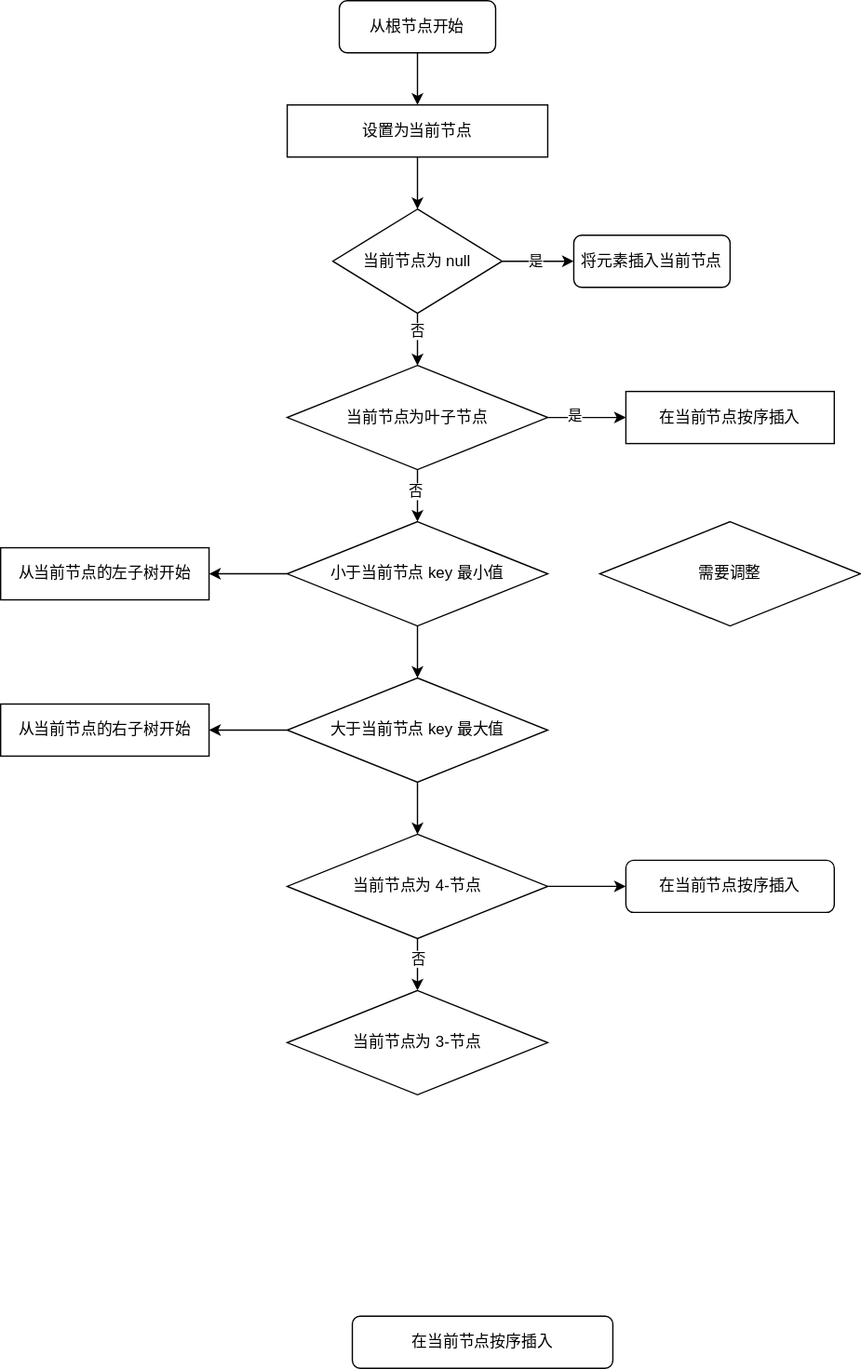
Earlier version of the draw.io export images/posts/trees/2-3-4-tree-insert-flow.drawio.svg (tjian123/tjian123.github.io). Source tidied: cells renumbered, new cells last; positions are measured from the earlier drawing's top-left corner, leaving out a move shared by most shapes.
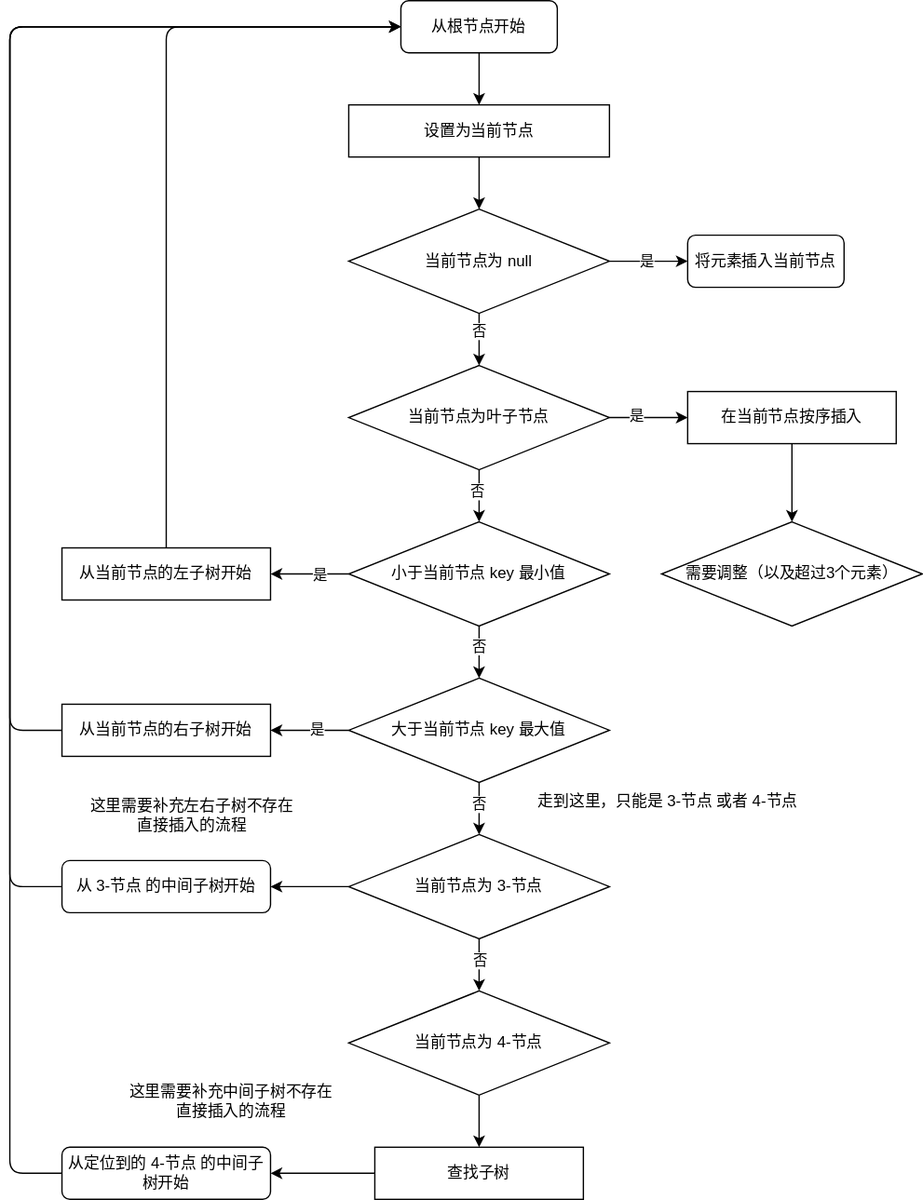
After the commit.

Diff of the diagram source:
```diff
@@ -29,10 +29,10 @@
       <mxGeometry x="-0.31" relative="1" as="geometry" />
     </mxCell>
     <mxCell id="10" value="当前节点为 null" style="rhombus;whiteSpace=wrap;html=1;rounded=0;" parent="1" vertex="1">
-      <mxGeometry x="255" y="160" width="130" height="80" as="geometry" />
+      <mxGeometry x="220" y="160" width="200" height="80" as="geometry" />
     </mxCell>
     <mxCell id="11" value="将元素插入当前节点" style="rounded=1;whiteSpace=wrap;html=1;" parent="1" vertex="1">
-      <mxGeometry x="440" y="180" width="120" height="40" as="geometry" />
+      <mxGeometry x="480" y="180" width="120" height="40" as="geometry" />
     </mxCell>
     <mxCell id="12" style="edgeStyle=none;html=1;" parent="1" edge="1" source="15" target="17">
       <mxGeometry relative="1" as="geometry" />
@@ -40,21 +40,31 @@
     <mxCell id="13" value="否" style="edgeLabel;html=1;align=center;verticalAlign=middle;" parent="12" vertex="1">
       <mxGeometry x="-0.2" y="1" relative="1" as="geometry" />
     </mxCell>
-    <mxCell id="14" style="edgeStyle=none;html=1;entryX=0;entryY=0.5;entryDx=0;entryDy=0;" parent="1" edge="1" source="15" target="16">
+    <mxCell id="14" style="edgeStyle=none;html=1;entryX=1;entryY=0.5;entryDx=0;entryDy=0;" parent="1" edge="1" source="15" target="16">
       <mxGeometry relative="1" as="geometry" />
     </mxCell>
-    <mxCell id="15" value="当前节点为 4-节点" style="rhombus;whiteSpace=wrap;html=1;rounded=0;" parent="1" vertex="1">
+    <mxCell id="15" value="当前节点为 3-节点" style="rhombus;whiteSpace=wrap;html=1;rounded=0;" parent="1" vertex="1">
       <mxGeometry x="220" y="640" width="200" height="80" as="geometry" />
     </mxCell>
+    <mxCell id="34" style="edgeStyle=none;html=1;" parent="1" edge="1" source="16">
+      <mxGeometry relative="1" as="geometry">
+        <mxPoint x="260" y="20" as="targetPoint" />
+        <Array as="points">
+          <mxPoint x="-40" y="680" />
+          <mxPoint x="-40" y="100" />
+          <mxPoint x="-40" y="20" />
+        </Array>
+      </mxGeometry>
+    </mxCell>
-    <mxCell id="16" value="在当前节点按序插入" style="whiteSpace=wrap;html=1;rounded=1;" parent="1" vertex="1">
-      <mxGeometry x="480" y="660" width="160" height="40" as="geometry" />
+    <mxCell id="16" value="从 3-节点 的中间子树开始" style="whiteSpace=wrap;html=1;rounded=1;" parent="1" vertex="1">
+      <mxGeometry y="660" width="160" height="40" as="geometry" />
     </mxCell>
+    <mxCell id="35" style="edgeStyle=none;html=1;entryX=0.5;entryY=0;entryDx=0;entryDy=0;" parent="1" edge="1" source="17" target="45">
+      <mxGeometry relative="1" as="geometry" />
+    </mxCell>
-    <mxCell id="17" value="当前节点为 3-节点" style="rhombus;whiteSpace=wrap;html=1;rounded=0;" parent="1" vertex="1">
+    <mxCell id="17" value="当前节点为 4-节点" style="rhombus;whiteSpace=wrap;html=1;rounded=0;" parent="1" vertex="1">
       <mxGeometry x="220" y="760" width="200" height="80" as="geometry" />
     </mxCell>
-    <mxCell id="18" value="在当前节点按序插入" style="whiteSpace=wrap;html=1;rounded=1;" parent="1" vertex="1">
-      <mxGeometry x="270" y="1010" width="200" height="40" as="geometry" />
-    </mxCell>
     <mxCell id="19" style="edgeStyle=none;html=1;entryX=0;entryY=0.5;entryDx=0;entryDy=0;" parent="1" edge="1" source="23" target="24">
       <mxGeometry relative="1" as="geometry" />
     </mxCell>
@@ -72,35 +82,96 @@
     <mxCell id="23" value="当前节点为叶子节点" style="rhombus;whiteSpace=wrap;html=1;rounded=0;" parent="1" vertex="1">
       <mxGeometry x="220" y="280" width="200" height="80" as="geometry" />
     </mxCell>
+    <mxCell id="36" style="edgeStyle=none;html=1;entryX=0.5;entryY=0;entryDx=0;entryDy=0;" parent="1" edge="1" source="24" target="33">
+      <mxGeometry relative="1" as="geometry" />
+    </mxCell>
     <mxCell id="24" value="在当前节点按序插入" style="whiteSpace=wrap;html=1;rounded=0;" parent="1" vertex="1">
       <mxGeometry x="480" y="300" width="160" height="40" as="geometry" />
     </mxCell>
     <mxCell id="25" style="edgeStyle=none;html=1;entryX=1;entryY=0.5;entryDx=0;entryDy=0;" parent="1" edge="1" source="27" target="28">
       <mxGeometry relative="1" as="geometry" />
     </mxCell>
+    <mxCell id="37" value="是" style="edgeLabel;html=1;align=center;verticalAlign=middle;" parent="25" vertex="1">
+      <mxGeometry x="-0.25" y="1" relative="1" as="geometry" />
+    </mxCell>
     <mxCell id="26" style="edgeStyle=none;html=1;entryX=0.5;entryY=0;entryDx=0;entryDy=0;" parent="1" edge="1" source="27" target="31">
       <mxGeometry relative="1" as="geometry" />
     </mxCell>
+    <mxCell id="38" value="否" style="edgeLabel;html=1;align=center;verticalAlign=middle;" parent="26" vertex="1">
+      <mxGeometry x="-0.21" relative="1" as="geometry" />
+    </mxCell>
     <mxCell id="27" value="小于当前节点 key 最小值" style="rhombus;whiteSpace=wrap;html=1;rounded=0;" parent="1" vertex="1">
       <mxGeometry x="220" y="400" width="200" height="80" as="geometry" />
     </mxCell>
+    <mxCell id="39" style="edgeStyle=none;html=1;" parent="1" edge="1" source="28">
+      <mxGeometry relative="1" as="geometry">
+        <mxPoint x="260" y="20" as="targetPoint" />
+        <Array as="points">
+          <mxPoint x="80" y="100" />
+          <mxPoint x="80" y="20" />
+        </Array>
+      </mxGeometry>
+    </mxCell>
     <mxCell id="28" value="从当前节点的左子树开始" style="rounded=0;whiteSpace=wrap;html=1;" parent="1" vertex="1">
       <mxGeometry y="420" width="160" height="40" as="geometry" />
     </mxCell>
     <mxCell id="29" style="edgeStyle=none;html=1;" parent="1" edge="1" source="31" target="32">
       <mxGeometry relative="1" as="geometry" />
     </mxCell>
+    <mxCell id="40" value="是" style="edgeLabel;html=1;align=center;verticalAlign=middle;" parent="29" vertex="1">
+      <mxGeometry x="-0.19" relative="1" as="geometry" />
+    </mxCell>
     <mxCell id="30" style="edgeStyle=none;html=1;entryX=0.5;entryY=0;entryDx=0;entryDy=0;" parent="1" edge="1" source="31" target="15">
       <mxGeometry relative="1" as="geometry" />
     </mxCell>
+    <mxCell id="41" value="否" style="edgeLabel;html=1;align=center;verticalAlign=middle;" parent="30" vertex="1">
+      <mxGeometry x="-0.19" relative="1" as="geometry" />
+    </mxCell>
     <mxCell id="31" value="大于当前节点 key 最大值" style="rhombus;whiteSpace=wrap;html=1;rounded=0;" parent="1" vertex="1">
       <mxGeometry x="220" y="520" width="200" height="80" as="geometry" />
     </mxCell>
+    <mxCell id="42" style="edgeStyle=none;html=1;exitX=0;exitY=0.5;exitDx=0;exitDy=0;" parent="1" edge="1" source="32">
+      <mxGeometry relative="1" as="geometry">
+        <mxPoint x="260" y="20" as="targetPoint" />
+        <Array as="points">
+          <mxPoint x="-40" y="560" />
+          <mxPoint x="-40" y="100" />
+          <mxPoint x="-40" y="20" />
+        </Array>
+      </mxGeometry>
+    </mxCell>
     <mxCell id="32" value="从当前节点的右子树开始" style="rounded=0;whiteSpace=wrap;html=1;" parent="1" vertex="1">
       <mxGeometry y="540" width="160" height="40" as="geometry" />
     </mxCell>
-    <mxCell id="33" value="需要调整" style="rhombus;whiteSpace=wrap;html=1;rounded=0;" parent="1" vertex="1">
+    <mxCell id="33" value="需要调整（以及超过3个元素）" style="rhombus;whiteSpace=wrap;html=1;rounded=0;" parent="1" vertex="1">
       <mxGeometry x="460" y="400" width="200" height="80" as="geometry" />
     </mxCell>
+    <mxCell id="43" value="走到这里，只能是 3-节点 或者 4-节点" style="text;html=1;strokeColor=none;fillColor=none;align=center;verticalAlign=middle;whiteSpace=wrap;rounded=0;" parent="1" vertex="1">
+      <mxGeometry x="360" y="600" width="210" height="30" as="geometry" />
+    </mxCell>
+    <mxCell id="44" style="edgeStyle=none;html=1;" parent="1" edge="1" source="45" target="47">
+      <mxGeometry relative="1" as="geometry" />
+    </mxCell>
+    <mxCell id="45" value="查找子树" style="whiteSpace=wrap;html=1;rounded=0;" parent="1" vertex="1">
+      <mxGeometry x="240" y="880" width="160" height="40" as="geometry" />
+    </mxCell>
+    <mxCell id="46" style="edgeStyle=none;html=1;entryX=0;entryY=0.5;entryDx=0;entryDy=0;" parent="1" edge="1" source="47" target="3">
+      <mxGeometry relative="1" as="geometry">
+        <Array as="points">
+          <mxPoint x="-40" y="900" />
+          <mxPoint x="-40" y="100" />
+          <mxPoint x="-40" y="20" />
+        </Array>
+      </mxGeometry>
+    </mxCell>
+    <mxCell id="47" value="从定位到的 4-节点 的中间子树开始" style="whiteSpace=wrap;html=1;rounded=1;" parent="1" vertex="1">
+      <mxGeometry y="880" width="160" height="40" as="geometry" />
+    </mxCell>
+    <mxCell id="48" value="这里需要补充左右子树不存在直接插入的流程" style="text;html=1;strokeColor=none;fillColor=none;align=center;verticalAlign=middle;whiteSpace=wrap;rounded=0;" parent="1" vertex="1">
+      <mxGeometry x="20" y="610" width="160" height="30" as="geometry" />
+    </mxCell>
+    <mxCell id="49" value="这里需要补充中间子树不存在直接插入的流程" style="text;html=1;strokeColor=none;fillColor=none;align=center;verticalAlign=middle;whiteSpace=wrap;rounded=0;" parent="1" vertex="1">
+      <mxGeometry x="50" y="830" width="160" height="30" as="geometry" />
+    </mxCell>
   </root>
 </mxGraphModel>
```
